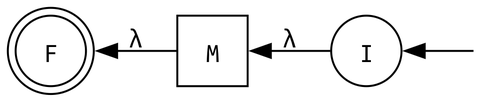
Earlier version of the Graphviz export prácticas/p02/assets/ej04c.png (honi/uba-tleng). Its source is kept beside it as prácticas/p02/assets/ej04c.dot. The source it was exported from:
```dot
digraph ej04c {
	dpi=300
    rankdir=RL
	fontname="Ubuntu Mono"
	node [fontname="Ubuntu Mono", width=0.5]
	edge [fontname="Ubuntu Mono"]
	node [shape=doublecircle]; F
	node [shape=circle]
	M [shape=square]
	start [label="", shape=none, width=0, height=0]
	start -> I
	I -> M [label="λ"]
	M -> F [label="λ"]
}
```
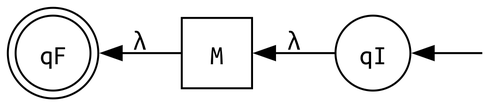
Later version of the same file.

Diff of the diagram source:
```diff
@@ -4,11 +4,11 @@
 	fontname="Ubuntu Mono"
 	node [fontname="Ubuntu Mono", width=0.5]
 	edge [fontname="Ubuntu Mono"]
-	node [shape=doublecircle]; F
+	node [shape=doublecircle]; qF
 	node [shape=circle]
 	M [shape=square]
 	start [label="", shape=none, width=0, height=0]
-	start -> I
-	I -> M [label="λ"]
-	M -> F [label="λ"]
+	start -> qI
+	qI -> M [label="λ"]
+	M -> qF [label="λ"]
 }
```
